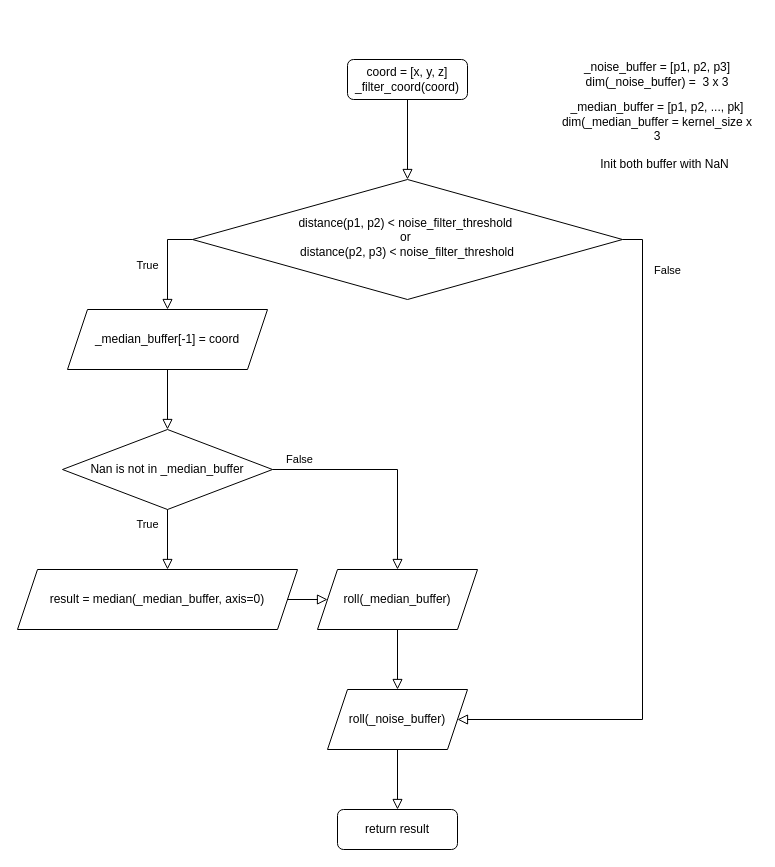
This is flow_charts/gt_command-filter.drawio from pascalreiss/draw_io_stuff, a draw.io file, before an edit. Source tidied: cells renumbered, new cells numbered last; positions are measured from the earlier drawing's top-left corner, leaving out a move shared by most shapes. Both pictures are drawn from the tidied source at 100%, with x=0, y=0 at pixel (17, 59).
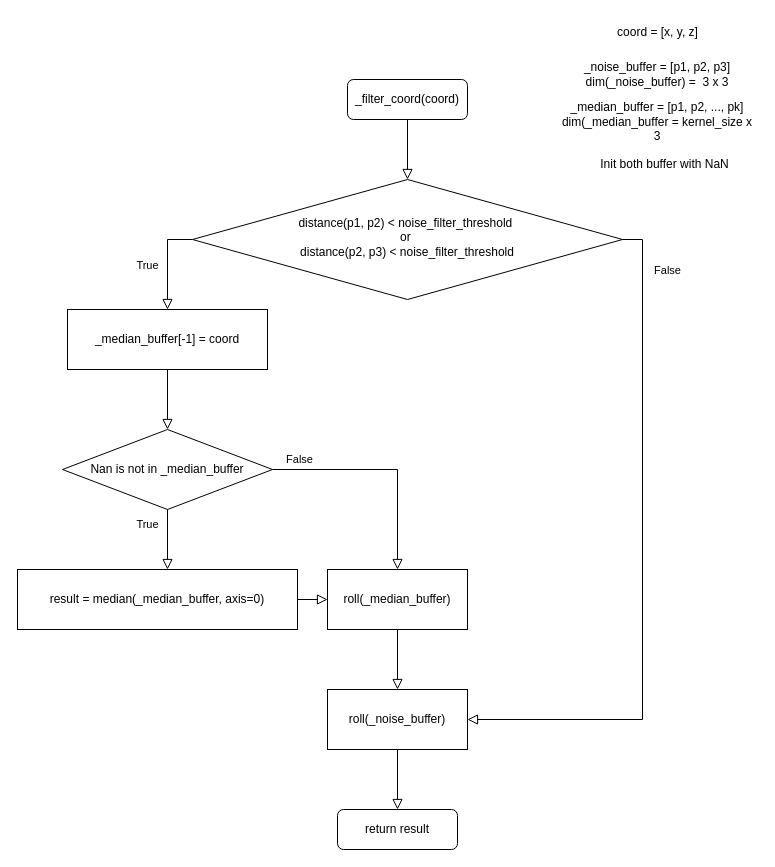
Above is the later version.

Change to the diagram source:
```diff
@@
-    <mxCell id="3" value="&lt;div&gt;coord = [x, y, z]&lt;br&gt;&lt;/div&gt;&lt;div&gt;_filter_coord(coord)&lt;/div&gt;" style="rounded=1;whiteSpace=wrap;html=1;fontSize=12;glass=0;strokeWidth=1;shadow=0;" parent="1" vertex="1">
-      <mxGeometry x="330" width="120" height="40" as="geometry" />
+    <mxCell id="3" value="&lt;div&gt;_filter_coord(coord)&lt;/div&gt;" style="rounded=1;whiteSpace=wrap;html=1;fontSize=12;glass=0;strokeWidth=1;shadow=0;" parent="1" vertex="1">
+      <mxGeometry x="330" y="20" width="120" height="40" as="geometry" />
     </mxCell>
@@
-    <mxCell id="9" value="roll(_noise_buffer)" style="shape=parallelogram;perimeter=parallelogramPerimeter;whiteSpace=wrap;html=1;fixedSize=1;" parent="1" vertex="1">
+    <mxCell id="9" value="roll(_noise_buffer)" style="rounded=0;whiteSpace=wrap;html=1;" parent="1" vertex="1">
       <mxGeometry x="310" y="630" width="140" height="60" as="geometry" />
     </mxCell>
@@
-    <mxCell id="11" value="_median_buffer[-1] = coord" style="shape=parallelogram;perimeter=parallelogramPerimeter;whiteSpace=wrap;html=1;fixedSize=1;" parent="1" vertex="1">
+    <mxCell id="11" value="_median_buffer[-1] = coord" style="rounded=0;whiteSpace=wrap;html=1;" parent="1" vertex="1">
       <mxGeometry x="50" y="250" width="200" height="60" as="geometry" />
     </mxCell>
@@
-    <mxCell id="15" value="roll(_median_buffer)" style="shape=parallelogram;perimeter=parallelogramPerimeter;whiteSpace=wrap;html=1;fixedSize=1;" parent="1" vertex="1">
-      <mxGeometry x="300" y="510" width="160" height="60" as="geometry" />
+    <mxCell id="15" value="roll(_median_buffer)" style="rounded=0;whiteSpace=wrap;html=1;" parent="1" vertex="1">
+      <mxGeometry x="310" y="510" width="140" height="60" as="geometry" />
     </mxCell>
@@
-    <mxCell id="17" value="result = median(_median_buffer, axis=0)" style="shape=parallelogram;perimeter=parallelogramPerimeter;whiteSpace=wrap;html=1;fixedSize=1;" parent="1" vertex="1">
+    <mxCell id="17" value="result = median(_median_buffer, axis=0)" style="rounded=0;whiteSpace=wrap;html=1;" parent="1" vertex="1">
       <mxGeometry y="510" width="280" height="60" as="geometry" />
     </mxCell>
@@
+    <mxCell id="22" value="coord = [x, y, z]" style="text;html=1;align=center;verticalAlign=middle;strokeColor=none;fillColor=none;" parent="1" vertex="1">
+      <mxGeometry x="590" y="-42" width="100" height="30" as="geometry" />
+    </mxCell>
```
